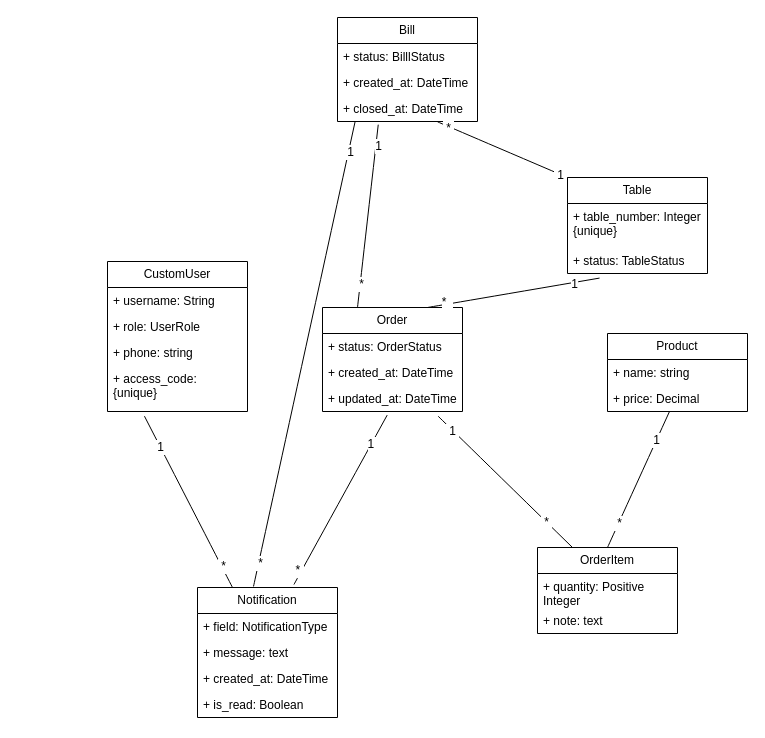
Above: page "ModeloDominio" (1 of 2) of docs/modeloDominio.drawio in Void-CA/restaurant (draw.io), before the change. Source tidied: cells renumbered, new cells numbered last; positions are measured from the earlier drawing's top-left corner, leaving out a move shared by most shapes. Both pictures are drawn from the tidied source at 100%, with x=0, y=0 at pixel (107, 17).
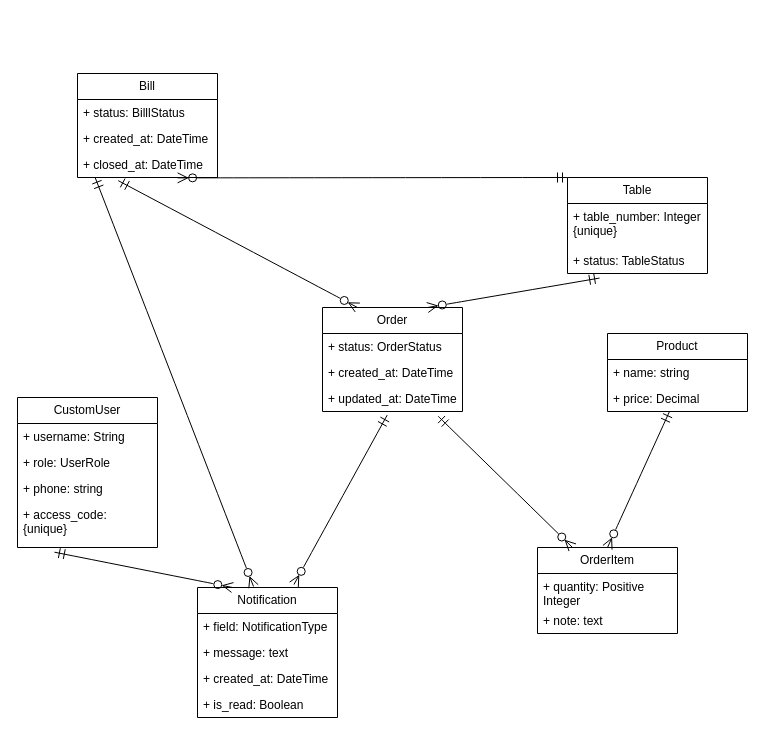
The same diagram, later.

Unchanged cells that the change refers to:
```xml
<mxCell id="2" value="Table" style="swimlane;fontStyle=0;horizontal=1;startSize=26;fillColor=none;whiteSpace=wrap;html=1;" parent="1" vertex="1">
  <mxGeometry x="460" y="160" width="140" height="96" as="geometry" />
</mxCell>
<mxCell id="4" value="+ status: TableStatus" style="text;strokeColor=none;fillColor=none;align=left;verticalAlign=top;spacingLeft=4;spacingRight=4;overflow=hidden;points=[[0,0.5],[1,0.5]];portConstraint=eastwest;whiteSpace=wrap;html=1;" parent="2" vertex="1">
  <mxGeometry y="70" width="140" height="26" as="geometry" />
</mxCell>
<mxCell id="7" value="+ price: Decimal" style="text;strokeColor=none;fillColor=none;align=left;verticalAlign=top;spacingLeft=4;spacingRight=4;overflow=hidden;points=[[0,0.5],[1,0.5]];portConstraint=eastwest;whiteSpace=wrap;html=1;" parent="5" vertex="1">
  <mxGeometry y="52" width="140" height="26" as="geometry" />
</mxCell>
<mxCell id="8" value="Order" style="swimlane;fontStyle=0;horizontal=1;startSize=26;fillColor=none;whiteSpace=wrap;html=1;" parent="1" vertex="1">
  <mxGeometry x="215" y="290" width="140" height="104" as="geometry" />
</mxCell>
<mxCell id="11" value="+ updated_at: DateTime" style="text;strokeColor=none;fillColor=none;align=left;verticalAlign=top;spacingLeft=4;spacingRight=4;overflow=hidden;points=[[0,0.5],[1,0.5]];portConstraint=eastwest;whiteSpace=wrap;html=1;" parent="8" vertex="1">
  <mxGeometry y="78" width="140" height="26" as="geometry" />
</mxCell>
<mxCell id="12" value="OrderItem" style="swimlane;fontStyle=0;horizontal=1;startSize=26;fillColor=none;whiteSpace=wrap;html=1;" parent="1" vertex="1">
  <mxGeometry x="430" y="530" width="140" height="86" as="geometry" />
</mxCell>
<mxCell id="18" value="+ closed_at: DateTime" style="text;strokeColor=none;fillColor=none;align=left;verticalAlign=top;spacingLeft=4;spacingRight=4;overflow=hidden;points=[[0,0.5],[1,0.5]];portConstraint=eastwest;whiteSpace=wrap;html=1;" parent="15" vertex="1">
  <mxGeometry y="78" width="140" height="26" as="geometry" />
</mxCell>
<mxCell id="19" value="Notification" style="swimlane;fontStyle=0;horizontal=1;startSize=26;fillColor=none;whiteSpace=wrap;html=1;" parent="1" vertex="1">
  <mxGeometry x="90" y="570" width="140" height="130" as="geometry" />
</mxCell>
<mxCell id="28" value="+ access_code: {unique}" style="text;strokeColor=none;fillColor=none;align=left;verticalAlign=top;spacingLeft=4;spacingRight=4;overflow=hidden;points=[[0,0.5],[1,0.5]];portConstraint=eastwest;whiteSpace=wrap;html=1;" parent="24" vertex="1">
  <mxGeometry y="104" width="140" height="46" as="geometry" />
</mxCell>
```

What changed in the source:
```diff
@@
     <mxCell id="15" value="Bill" style="swimlane;fontStyle=0;horizontal=1;startSize=26;fillColor=none;whiteSpace=wrap;html=1;" parent="1" vertex="1">
-      <mxGeometry x="230" width="140" height="104" as="geometry" />
+      <mxGeometry x="-30" y="56" width="140" height="104" as="geometry" />
     </mxCell>
@@
     <mxCell id="24" value="CustomUser" style="swimlane;fontStyle=0;horizontal=1;startSize=26;fillColor=none;whiteSpace=wrap;html=1;" parent="1" vertex="1">
-      <mxGeometry y="244" width="140" height="150" as="geometry" />
+      <mxGeometry x="-90" y="380" width="140" height="150" as="geometry" />
     </mxCell>
@@
-    <mxCell id="29" style="endArrow=none;html=1;rounded=0;fontSize=12;startSize=8;endSize=8;curved=1;exitX=0.25;exitY=0;exitDx=0;exitDy=0;entryX=0.291;entryY=1.122;entryDx=0;entryDy=0;entryPerimeter=0;" parent="1" edge="1" source="8" target="18">
+    <mxCell id="29" style="endArrow=ERmandOne;html=1;rounded=0;fontSize=12;startSize=8;endSize=8;curved=1;exitX=0.25;exitY=0;exitDx=0;exitDy=0;entryX=0.291;entryY=1.122;entryDx=0;entryDy=0;entryPerimeter=0;endFill=0;startArrow=ERzeroToMany;startFill=0;" parent="1" edge="1" source="8" target="18">
       <mxGeometry relative="1" as="geometry" />
     </mxCell>
-    <mxCell id="30" value="1" style="edgeLabel;html=1;align=center;verticalAlign=middle;fontSize=12;" parent="29" vertex="1">
-      <mxGeometry x="0.77" y="-2" relative="1" as="geometry" />
-    </mxCell>
-    <mxCell id="31" value="&amp;nbsp;*&amp;nbsp;" style="edgeLabel;html=1;align=center;verticalAlign=middle;fontSize=12;" parent="29" vertex="1">
-      <mxGeometry x="-0.74" y="-1" relative="1" as="geometry" />
-    </mxCell>
-    <mxCell id="32" style="endArrow=none;html=1;rounded=0;fontSize=12;startSize=8;endSize=8;curved=1;exitX=0.75;exitY=0;exitDx=0;exitDy=0;entryX=0.229;entryY=1.176;entryDx=0;entryDy=0;entryPerimeter=0;" parent="1" edge="1" source="8" target="4">
+    <mxCell id="32" style="endArrow=ERmandOne;html=1;rounded=0;fontSize=12;startSize=8;endSize=8;curved=1;exitX=0.75;exitY=0;exitDx=0;exitDy=0;entryX=0.229;entryY=1.176;entryDx=0;entryDy=0;entryPerimeter=0;startArrow=ERzeroToMany;startFill=0;endFill=0;" parent="1" edge="1" source="8" target="4">
       <mxGeometry relative="1" as="geometry" />
     </mxCell>
-    <mxCell id="33" value="1" style="edgeLabel;html=1;align=center;verticalAlign=middle;fontSize=12;" parent="32" vertex="1">
-      <mxGeometry x="0.7" y="-1" relative="1" as="geometry" />
-    </mxCell>
-    <mxCell id="34" value="*&amp;nbsp;&amp;nbsp;" style="edgeLabel;html=1;align=center;verticalAlign=middle;fontSize=12;" parent="32" vertex="1">
-      <mxGeometry x="-0.77" y="2" relative="1" as="geometry" />
-    </mxCell>
-    <mxCell id="35" style="endArrow=none;html=1;rounded=0;fontSize=12;startSize=8;endSize=8;curved=1;exitX=0.715;exitY=1.014;exitDx=0;exitDy=0;entryX=0;entryY=0;entryDx=0;entryDy=0;exitPerimeter=0;" parent="1" edge="1" source="18" target="2">
+    <mxCell id="35" style="endArrow=ERmandOne;html=1;rounded=0;fontSize=12;startSize=8;endSize=8;curved=1;exitX=0.715;exitY=1.014;exitDx=0;exitDy=0;entryX=0;entryY=0;entryDx=0;entryDy=0;exitPerimeter=0;startArrow=ERzeroToMany;startFill=0;endFill=0;" parent="1" edge="1" source="18" target="2">
       <mxGeometry relative="1" as="geometry" />
     </mxCell>
-    <mxCell id="36" value="&amp;nbsp;*&amp;nbsp;" style="edgeLabel;html=1;align=center;verticalAlign=middle;fontSize=12;" parent="35" vertex="1">
-      <mxGeometry x="-0.82" y="-1" relative="1" as="geometry">
-        <mxPoint x="-1" as="offset" />
-      </mxGeometry>
-    </mxCell>
-    <mxCell id="37" value="&amp;nbsp;1&amp;nbsp;" style="edgeLabel;html=1;align=center;verticalAlign=middle;fontSize=12;" parent="35" vertex="1">
-      <mxGeometry x="0.9" relative="1" as="geometry">
-        <mxPoint x="-1" as="offset" />
-      </mxGeometry>
-    </mxCell>
-    <mxCell id="38" style="endArrow=none;html=1;rounded=0;fontSize=12;startSize=8;endSize=8;curved=1;exitX=0.825;exitY=1.176;exitDx=0;exitDy=0;exitPerimeter=0;entryX=0.25;entryY=0;entryDx=0;entryDy=0;" parent="1" edge="1" source="11" target="12">
+    <mxCell id="38" style="endArrow=ERzeroToMany;html=1;rounded=0;fontSize=12;startSize=8;endSize=8;curved=1;exitX=0.825;exitY=1.176;exitDx=0;exitDy=0;exitPerimeter=0;entryX=0.25;entryY=0;entryDx=0;entryDy=0;endFill=0;startArrow=ERmandOne;startFill=0;" parent="1" edge="1" source="11" target="12">
       <mxGeometry relative="1" as="geometry" />
     </mxCell>
-    <mxCell id="39" value="&amp;nbsp;1&amp;nbsp;" style="edgeLabel;html=1;align=center;verticalAlign=middle;fontSize=12;" parent="38" vertex="1">
-      <mxGeometry x="-0.79" y="-1" relative="1" as="geometry" />
-    </mxCell>
-    <mxCell id="40" value="&amp;nbsp;*&amp;nbsp;" style="edgeLabel;html=1;align=center;verticalAlign=middle;fontSize=12;" parent="38" vertex="1">
-      <mxGeometry x="0.62" y="1" relative="1" as="geometry">
-        <mxPoint x="-1" as="offset" />
-      </mxGeometry>
-    </mxCell>
-    <mxCell id="41" style="endArrow=none;html=1;rounded=0;fontSize=12;startSize=8;endSize=8;curved=1;exitX=0.25;exitY=0;exitDx=0;exitDy=0;entryX=0.264;entryY=1.102;entryDx=0;entryDy=0;entryPerimeter=0;" parent="1" edge="1" source="19" target="28">
+    <mxCell id="41" style="endArrow=ERmandOne;html=1;rounded=0;fontSize=12;startSize=8;endSize=8;curved=1;exitX=0.25;exitY=0;exitDx=0;exitDy=0;entryX=0.264;entryY=1.102;entryDx=0;entryDy=0;entryPerimeter=0;startArrow=ERzeroToMany;startFill=0;endFill=0;" parent="1" edge="1" source="19" target="28">
       <mxGeometry relative="1" as="geometry" />
     </mxCell>
-    <mxCell id="42" value="&amp;nbsp;*&amp;nbsp;" style="edgeLabel;html=1;align=center;verticalAlign=middle;fontSize=12;" parent="41" vertex="1">
-      <mxGeometry x="-0.76" y="-1" relative="1" as="geometry">
-        <mxPoint y="-1" as="offset" />
-      </mxGeometry>
-    </mxCell>
-    <mxCell id="43" value="&amp;nbsp;1&amp;nbsp;" style="edgeLabel;html=1;align=center;verticalAlign=middle;fontSize=12;" parent="41" vertex="1">
-      <mxGeometry x="0.64" relative="1" as="geometry" />
-    </mxCell>
-    <mxCell id="44" style="endArrow=none;html=1;rounded=0;fontSize=12;startSize=8;endSize=8;curved=1;exitX=0.689;exitY=-0.023;exitDx=0;exitDy=0;exitPerimeter=0;entryX=0.462;entryY=1.14;entryDx=0;entryDy=0;entryPerimeter=0;" parent="1" edge="1" source="19" target="11">
+    <mxCell id="44" style="endArrow=ERmandOne;html=1;rounded=0;fontSize=12;startSize=8;endSize=8;curved=1;exitX=0.689;exitY=-0.023;exitDx=0;exitDy=0;exitPerimeter=0;entryX=0.462;entryY=1.14;entryDx=0;entryDy=0;entryPerimeter=0;startArrow=ERzeroToMany;startFill=0;endFill=0;" parent="1" edge="1" source="19" target="11">
       <mxGeometry relative="1" as="geometry" />
     </mxCell>
-    <mxCell id="45" value="*&amp;nbsp;" style="edgeLabel;html=1;align=center;verticalAlign=middle;fontSize=12;" parent="44" vertex="1">
-      <mxGeometry x="-0.84" y="3" relative="1" as="geometry" />
-    </mxCell>
-    <mxCell id="46" value="1&amp;nbsp;" style="edgeLabel;html=1;align=center;verticalAlign=middle;fontSize=12;" parent="44" vertex="1">
-      <mxGeometry x="0.67" y="-1" relative="1" as="geometry" />
-    </mxCell>
-    <mxCell id="47" style="endArrow=none;html=1;rounded=0;fontSize=12;startSize=8;endSize=8;curved=1;exitX=0.4;exitY=-0.008;exitDx=0;exitDy=0;exitPerimeter=0;entryX=0.126;entryY=1;entryDx=0;entryDy=0;entryPerimeter=0;" parent="1" edge="1" source="19" target="18">
+    <mxCell id="47" style="endArrow=ERmandOne;html=1;rounded=0;fontSize=12;startSize=8;endSize=8;curved=1;exitX=0.4;exitY=-0.008;exitDx=0;exitDy=0;exitPerimeter=0;entryX=0.126;entryY=1;entryDx=0;entryDy=0;entryPerimeter=0;startArrow=ERzeroToMany;startFill=0;endFill=0;" parent="1" edge="1" source="19" target="18">
       <mxGeometry relative="1" as="geometry" />
     </mxCell>
-    <mxCell id="48" value="&amp;nbsp;*&amp;nbsp;" style="edgeLabel;html=1;align=center;verticalAlign=middle;fontSize=12;" parent="47" vertex="1">
-      <mxGeometry x="-0.9" y="-1" relative="1" as="geometry" />
-    </mxCell>
-    <mxCell id="49" value="&amp;nbsp;1&amp;nbsp;" style="edgeLabel;html=1;align=center;verticalAlign=middle;fontSize=12;" parent="47" vertex="1">
-      <mxGeometry x="0.87" y="-2" relative="1" as="geometry" />
-    </mxCell>
-    <mxCell id="50" style="endArrow=none;html=1;rounded=0;fontSize=12;startSize=8;endSize=8;curved=1;exitX=0.5;exitY=0;exitDx=0;exitDy=0;entryX=0.444;entryY=0.986;entryDx=0;entryDy=0;entryPerimeter=0;" parent="1" edge="1" source="12" target="7">
+    <mxCell id="50" style="endArrow=ERmandOne;html=1;rounded=0;fontSize=12;startSize=8;endSize=8;curved=1;exitX=0.5;exitY=0;exitDx=0;exitDy=0;entryX=0.444;entryY=0.986;entryDx=0;entryDy=0;entryPerimeter=0;startArrow=ERzeroToMany;startFill=0;endFill=0;" parent="1" edge="1" source="12" target="7">
       <mxGeometry relative="1" as="geometry" />
     </mxCell>
-    <mxCell id="51" value="&amp;nbsp;*&amp;nbsp;" style="edgeLabel;html=1;align=center;verticalAlign=middle;fontSize=12;" parent="50" vertex="1">
-      <mxGeometry x="-0.64" relative="1" as="geometry" />
-    </mxCell>
-    <mxCell id="52" value="&amp;nbsp;1&amp;nbsp;" style="edgeLabel;html=1;align=center;verticalAlign=middle;fontSize=12;" parent="50" vertex="1">
-      <mxGeometry x="0.57" relative="1" as="geometry" />
-    </mxCell>
```
